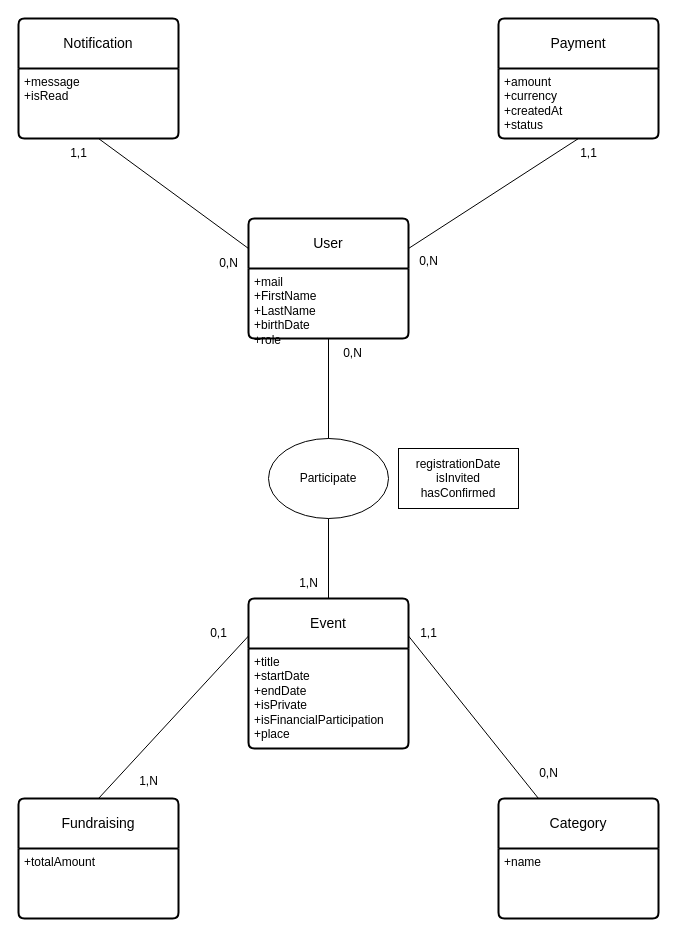
Before: Diagramme sans nom.drawio in leabgt/FriendEventManager, a draw.io diagram. Source tidied: cells renumbered, new cells numbered last; positions are measured from the earlier drawing's top-left corner, leaving out a move shared by most shapes. Both pictures are drawn from the tidied source at 100%, with x=0, y=0 at pixel (18, 18).
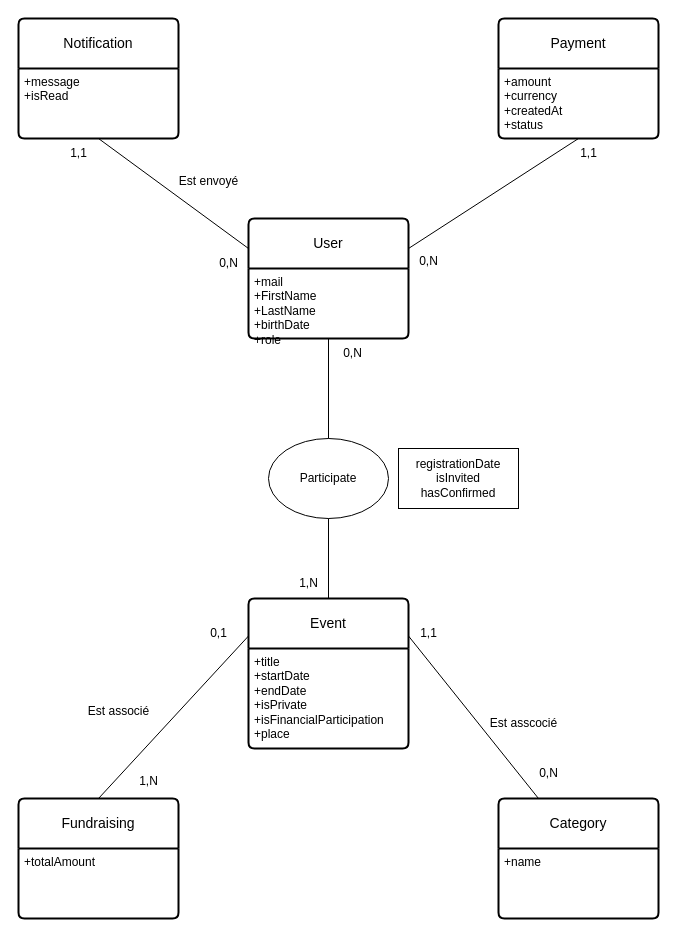
Above is the later version.

Diff of the diagram source:
```diff
@@
+    <mxCell id="32" value="Est envoyé" style="text;html=1;align=center;verticalAlign=middle;strokeColor=none;fillColor=none;" parent="1" vertex="1">
+      <mxGeometry x="150" y="148" width="80" height="30" as="geometry" />
+    </mxCell>
+    <mxCell id="33" value="Est asscocié" style="text;html=1;align=center;verticalAlign=middle;strokeColor=none;fillColor=none;" parent="1" vertex="1">
+      <mxGeometry x="460" y="690" width="90" height="30" as="geometry" />
+    </mxCell>
+    <mxCell id="34" value="Est associé" style="text;html=1;align=center;verticalAlign=middle;strokeColor=none;fillColor=none;" parent="1" vertex="1">
+      <mxGeometry x="60" y="678" width="80" height="30" as="geometry" />
+    </mxCell>
```
